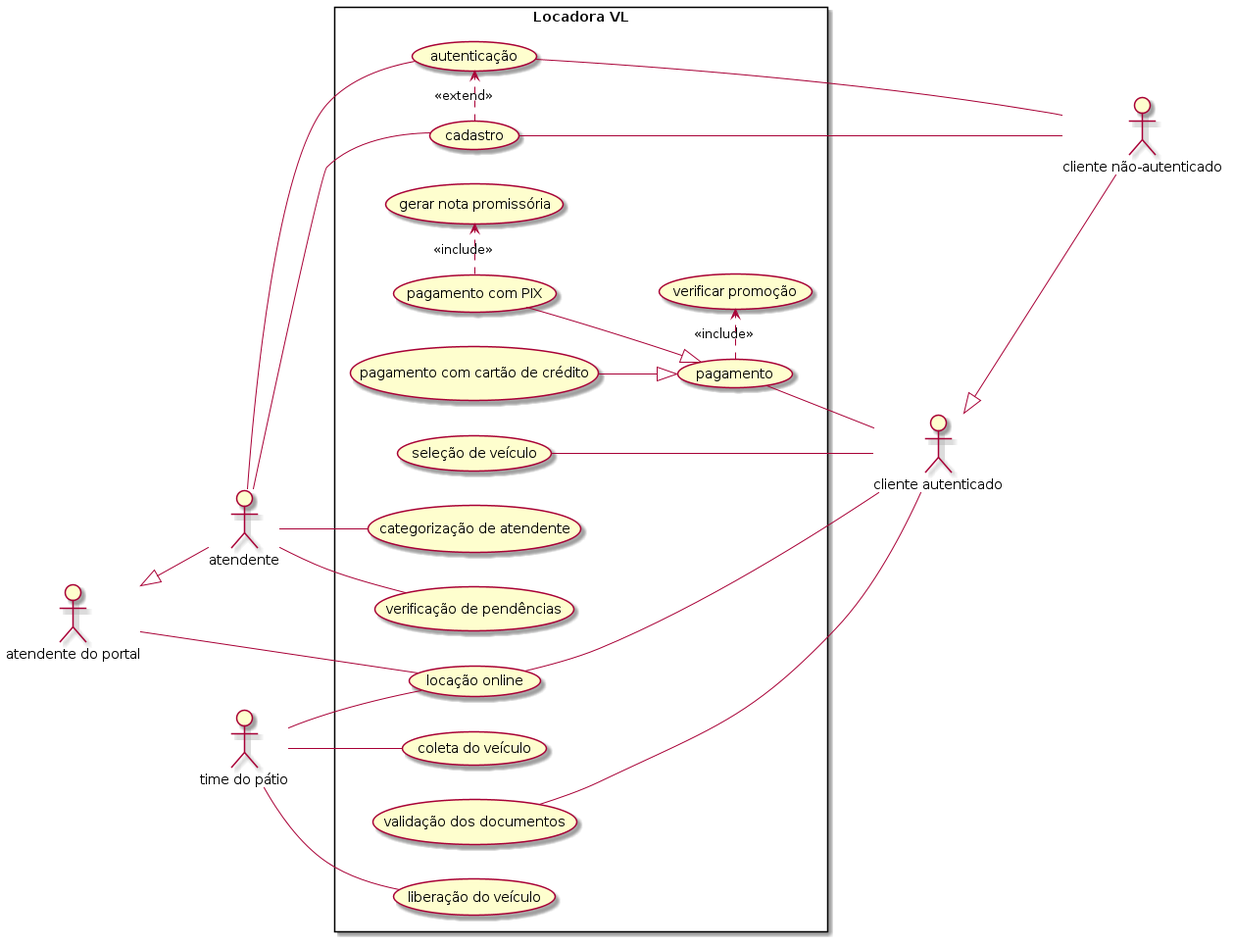
This is images/caso_de_uso.png from sociedade-do-pastel/vl, a PlantUML export, as it was before one commit.
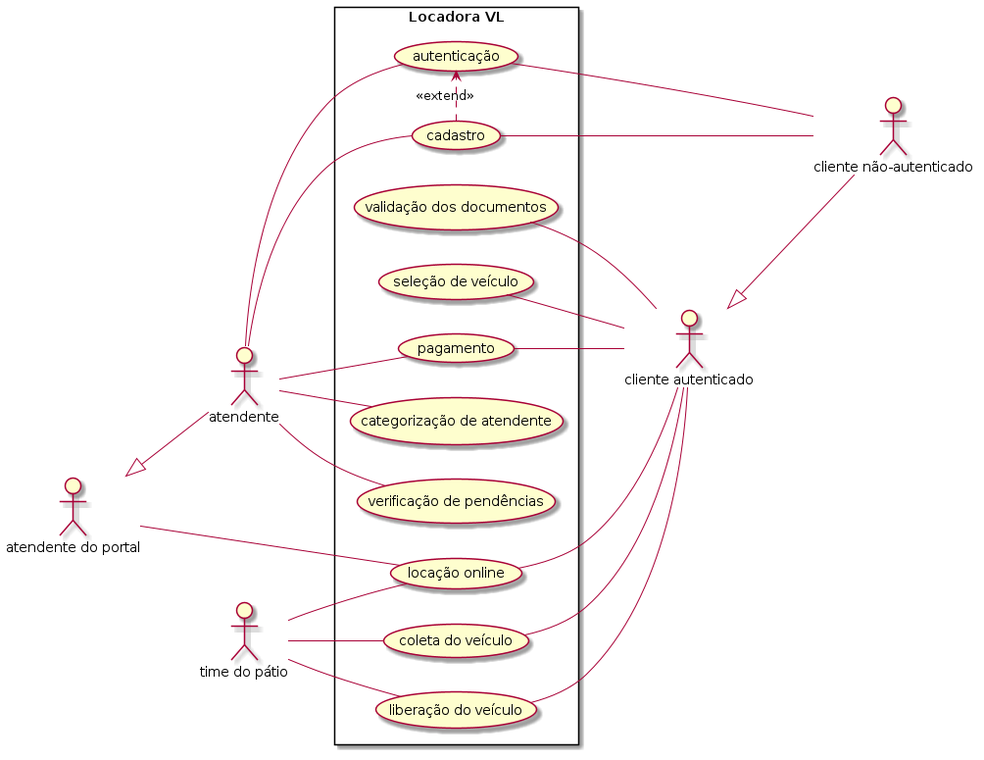
The same file after the commit.

Commit message:
Implementado fluxos de casos de uso

The edit, as a diff of the source:
```diff
@@ -18,17 +18,16 @@
     (validação dos documentos) -- cladastrado
     (seleção de veículo) -- cladastrado
     (pagamento) -- cladastrado
-    (pagamento) <|-up- (pagamento com PIX)
-    (pagamento) <|-up- (pagamento com cartão de crédito)
-    (pagamento com PIX) .> (gerar nota promissória) : <<include>>
-    patime -- (liberação do veículo)
-    patime -- (coleta do veículo)
     (cadastro) .> (autenticação)  : <<extend>>
     atendente -- (categorização de atendente)
     atendente -- (verificação de pendências)
-    (pagamento) .> (verificar promoção) : <<include>>
     atPortal -- (locação online)
     (locação online) -- cladastrado
     patime -- (locação online)
+    atendente -- (pagamento)
+    patime -- (coleta do veículo)
+    (coleta do veículo) -- cladastrado
+    patime -- (liberação do veículo)
+    (liberação do veículo) -- cladastrado
 }
 @enduml
```
